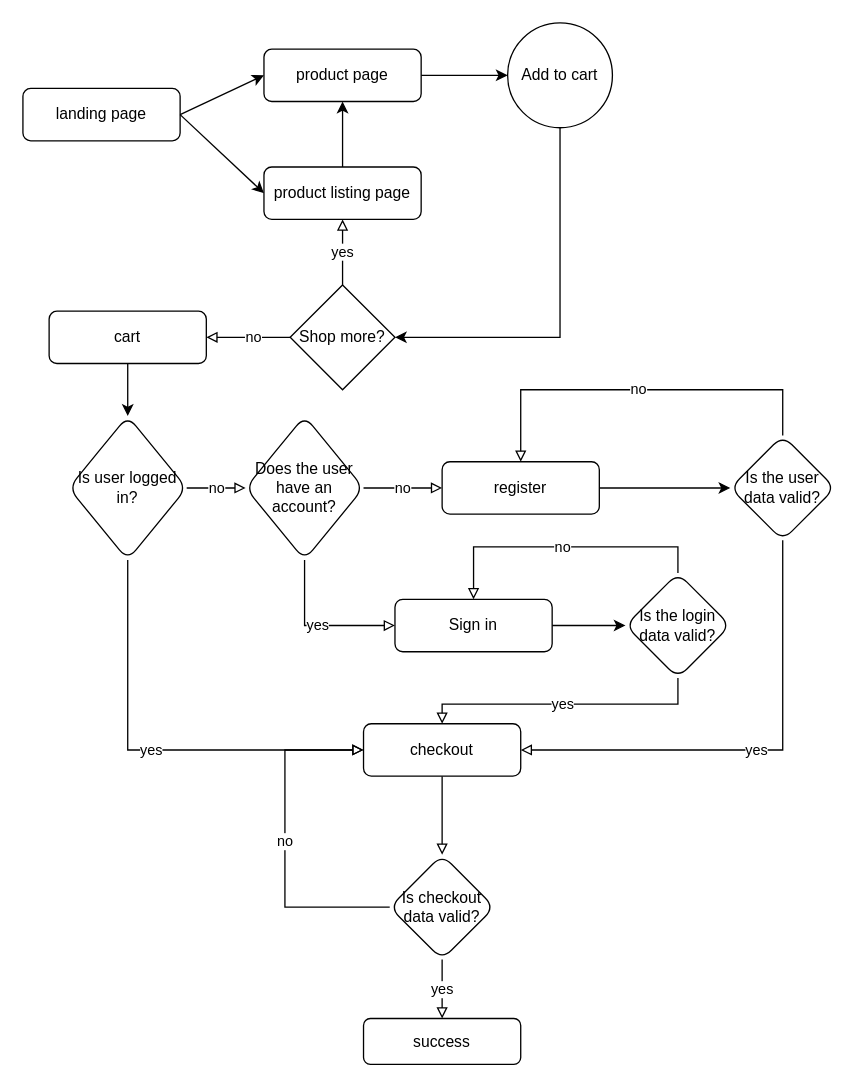
Before: Неозаглавена диаграма.drawio in ser-hub/fitmissive-docs, a draw.io diagram. Source tidied: cells renumbered, new cells numbered last; positions are measured from the earlier drawing's top-left corner, leaving out a move shared by most shapes. Both pictures are drawn from the tidied source at 131%, with x=0, y=0 at pixel (22, 22).
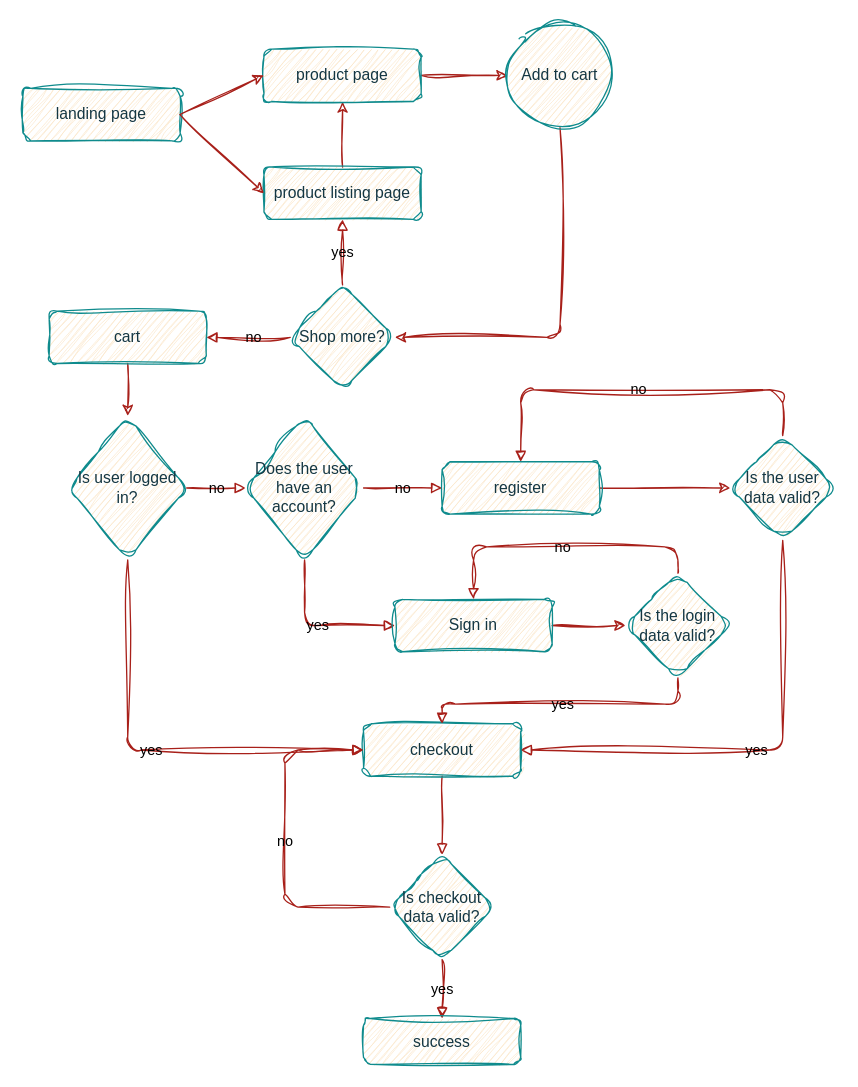
After the change.

Diff of the diagram source:
```diff
@@
-    <mxCell id="2" value="landing page" style="rounded=1;whiteSpace=wrap;html=1;fontSize=12;glass=0;strokeWidth=1;shadow=0;" parent="1" vertex="1">
+    <mxCell id="2" value="landing page" style="rounded=1;whiteSpace=wrap;html=1;fontSize=12;glass=0;strokeWidth=1;shadow=0;sketch=1;curveFitting=1;jiggle=2;labelBackgroundColor=none;fillColor=#FAE5C7;strokeColor=#0F8B8D;fontColor=#143642;" parent="1" vertex="1">
       <mxGeometry y="50" width="120" height="40" as="geometry" />
     </mxCell>
-    <mxCell id="3" style="edgeStyle=orthogonalEdgeStyle;rounded=0;jettySize=auto;html=1;" parent="1" edge="1" source="4" target="7">
+    <mxCell id="3" style="edgeStyle=orthogonalEdgeStyle;rounded=1;jettySize=auto;html=1;sketch=1;curveFitting=1;jiggle=2;labelBackgroundColor=none;strokeColor=#A8201A;fontColor=default;" parent="1" edge="1" source="4" target="7">
       <mxGeometry relative="1" as="geometry" />
     </mxCell>
-    <mxCell id="4" value="product listing page" style="rounded=1;whiteSpace=wrap;html=1;fontSize=12;glass=0;strokeWidth=1;shadow=0;" parent="1" vertex="1">
+    <mxCell id="4" value="product listing page" style="rounded=1;whiteSpace=wrap;html=1;fontSize=12;glass=0;strokeWidth=1;shadow=0;sketch=1;curveFitting=1;jiggle=2;labelBackgroundColor=none;fillColor=#FAE5C7;strokeColor=#0F8B8D;fontColor=#143642;" parent="1" vertex="1">
       <mxGeometry x="184" y="110" width="120" height="40" as="geometry" />
     </mxCell>
-    <mxCell id="5" style="endArrow=classic;html=1;rounded=0;exitX=1;exitY=0.5;exitDx=0;exitDy=0;entryX=0;entryY=0.5;entryDx=0;entryDy=0;" parent="1" edge="1" source="2" target="4">
+    <mxCell id="5" style="endArrow=classic;html=1;rounded=1;exitX=1;exitY=0.5;exitDx=0;exitDy=0;entryX=0;entryY=0.5;entryDx=0;entryDy=0;sketch=1;curveFitting=1;jiggle=2;labelBackgroundColor=none;strokeColor=#A8201A;fontColor=default;" parent="1" edge="1" source="2" target="4">
       <mxGeometry relative="1" as="geometry" />
     </mxCell>
-    <mxCell id="6" style="edgeStyle=orthogonalEdgeStyle;rounded=0;jettySize=auto;html=1;entryX=0;entryY=0.5;entryDx=0;entryDy=0;" parent="1" edge="1" source="7" target="10">
+    <mxCell id="6" style="edgeStyle=orthogonalEdgeStyle;rounded=1;jettySize=auto;html=1;entryX=0;entryY=0.5;entryDx=0;entryDy=0;sketch=1;curveFitting=1;jiggle=2;labelBackgroundColor=none;strokeColor=#A8201A;fontColor=default;" parent="1" edge="1" source="7" target="10">
       <mxGeometry relative="1" as="geometry" />
     </mxCell>
-    <mxCell id="7" value="product page" style="rounded=1;whiteSpace=wrap;html=1;" parent="1" vertex="1">
+    <mxCell id="7" value="product page" style="rounded=1;whiteSpace=wrap;html=1;sketch=1;curveFitting=1;jiggle=2;labelBackgroundColor=none;fillColor=#FAE5C7;strokeColor=#0F8B8D;fontColor=#143642;" parent="1" vertex="1">
       <mxGeometry x="184" y="20" width="120" height="40" as="geometry" />
     </mxCell>
-    <mxCell id="8" style="endArrow=classic;html=1;rounded=0;exitX=1;exitY=0.5;exitDx=0;exitDy=0;entryX=0;entryY=0.5;entryDx=0;entryDy=0;" parent="1" edge="1" source="2" target="7">
+    <mxCell id="8" style="endArrow=classic;html=1;rounded=1;exitX=1;exitY=0.5;exitDx=0;exitDy=0;entryX=0;entryY=0.5;entryDx=0;entryDy=0;sketch=1;curveFitting=1;jiggle=2;labelBackgroundColor=none;strokeColor=#A8201A;fontColor=default;" parent="1" edge="1" source="2" target="7">
       <mxGeometry relative="1" as="geometry" />
     </mxCell>
-    <mxCell id="9" style="edgeStyle=orthogonalEdgeStyle;rounded=0;jettySize=auto;html=1;" parent="1" edge="1" source="10" target="13">
+    <mxCell id="9" style="edgeStyle=orthogonalEdgeStyle;rounded=1;jettySize=auto;html=1;sketch=1;curveFitting=1;jiggle=2;labelBackgroundColor=none;strokeColor=#A8201A;fontColor=default;" parent="1" edge="1" source="10" target="13">
       <mxGeometry x="-0.14" y="10" relative="1" as="geometry">
         <Array as="points">
           <mxPoint x="410" y="240" />
         </Array>
       </mxGeometry>
     </mxCell>
-    <mxCell id="10" value="Add to cart" style="ellipse;whiteSpace=wrap;html=1;" parent="1" vertex="1">
+    <mxCell id="10" value="Add to cart" style="ellipse;whiteSpace=wrap;html=1;rounded=1;sketch=1;curveFitting=1;jiggle=2;labelBackgroundColor=none;fillColor=#FAE5C7;strokeColor=#0F8B8D;fontColor=#143642;" parent="1" vertex="1">
       <mxGeometry x="370" width="80" height="80" as="geometry" />
     </mxCell>
-    <mxCell id="11" value="no" style="edgeStyle=orthogonalEdgeStyle;rounded=0;jettySize=auto;html=1;endArrow=block;endFill=0;" parent="1" edge="1" source="13" target="15">
+    <mxCell id="11" value="no" style="edgeStyle=orthogonalEdgeStyle;rounded=1;jettySize=auto;html=1;endArrow=block;endFill=0;sketch=1;curveFitting=1;jiggle=2;labelBackgroundColor=none;strokeColor=#A8201A;fontColor=default;" parent="1" edge="1" source="13" target="15">
       <mxGeometry x="-0.11" relative="1" as="geometry" />
     </mxCell>
-    <mxCell id="12" value="yes" style="edgeStyle=orthogonalEdgeStyle;rounded=0;jettySize=auto;html=1;endArrow=block;endFill=0;" parent="1" edge="1" source="13" target="4">
+    <mxCell id="12" value="yes" style="edgeStyle=orthogonalEdgeStyle;rounded=1;jettySize=auto;html=1;endArrow=block;endFill=0;sketch=1;curveFitting=1;jiggle=2;labelBackgroundColor=none;strokeColor=#A8201A;fontColor=default;" parent="1" edge="1" source="13" target="4">
       <mxGeometry relative="1" as="geometry" />
     </mxCell>
-    <mxCell id="13" value="Shop more?" style="rhombus;whiteSpace=wrap;html=1;" parent="1" vertex="1">
+    <mxCell id="13" value="Shop more?" style="rhombus;whiteSpace=wrap;html=1;rounded=1;sketch=1;curveFitting=1;jiggle=2;labelBackgroundColor=none;fillColor=#FAE5C7;strokeColor=#0F8B8D;fontColor=#143642;" parent="1" vertex="1">
       <mxGeometry x="204" y="200" width="80" height="80" as="geometry" />
     </mxCell>
-    <mxCell id="14" style="edgeStyle=orthogonalEdgeStyle;rounded=0;jettySize=auto;html=1;endArrow=classic;endFill=1;" parent="1" edge="1" source="15" target="18">
+    <mxCell id="14" style="edgeStyle=orthogonalEdgeStyle;rounded=1;jettySize=auto;html=1;endArrow=classic;endFill=1;sketch=1;curveFitting=1;jiggle=2;labelBackgroundColor=none;strokeColor=#A8201A;fontColor=default;" parent="1" edge="1" source="15" target="18">
       <mxGeometry relative="1" as="geometry" />
     </mxCell>
-    <mxCell id="15" value="cart" style="rounded=1;whiteSpace=wrap;html=1;" parent="1" vertex="1">
+    <mxCell id="15" value="cart" style="rounded=1;whiteSpace=wrap;html=1;sketch=1;curveFitting=1;jiggle=2;labelBackgroundColor=none;fillColor=#FAE5C7;strokeColor=#0F8B8D;fontColor=#143642;" parent="1" vertex="1">
       <mxGeometry x="20" y="220" width="120" height="40" as="geometry" />
     </mxCell>
-    <mxCell id="16" value="yes" style="edgeStyle=orthogonalEdgeStyle;rounded=0;jettySize=auto;html=1;endArrow=block;endFill=0;entryX=0;entryY=0.5;entryDx=0;entryDy=0;" parent="1" edge="1" source="18" target="20">
+    <mxCell id="16" value="yes" style="edgeStyle=orthogonalEdgeStyle;rounded=1;jettySize=auto;html=1;endArrow=block;endFill=0;entryX=0;entryY=0.5;entryDx=0;entryDy=0;sketch=1;curveFitting=1;jiggle=2;labelBackgroundColor=none;strokeColor=#A8201A;fontColor=default;" parent="1" edge="1" source="18" target="20">
       <mxGeometry relative="1" as="geometry">
         <Array as="points">
           <mxPoint x="80" y="555" />
         </Array>
       </mxGeometry>
     </mxCell>
-    <mxCell id="17" value="no" style="edgeStyle=orthogonalEdgeStyle;rounded=0;jettySize=auto;html=1;endArrow=block;endFill=0;" parent="1" edge="1" source="18" target="23">
+    <mxCell id="17" value="no" style="edgeStyle=orthogonalEdgeStyle;rounded=1;jettySize=auto;html=1;endArrow=block;endFill=0;sketch=1;curveFitting=1;jiggle=2;labelBackgroundColor=none;strokeColor=#A8201A;fontColor=default;" parent="1" edge="1" source="18" target="23">
       <mxGeometry relative="1" as="geometry" />
     </mxCell>
-    <mxCell id="18" value="Is user logged in?" style="rhombus;whiteSpace=wrap;html=1;rounded=1;" parent="1" vertex="1">
+    <mxCell id="18" value="Is user logged in?" style="rhombus;whiteSpace=wrap;html=1;rounded=1;sketch=1;curveFitting=1;jiggle=2;labelBackgroundColor=none;fillColor=#FAE5C7;strokeColor=#0F8B8D;fontColor=#143642;" parent="1" vertex="1">
       <mxGeometry x="35" y="300" width="90" height="110" as="geometry" />
     </mxCell>
-    <mxCell id="19" style="edgeStyle=orthogonalEdgeStyle;rounded=0;jettySize=auto;html=1;endArrow=block;endFill=0;" parent="1" edge="1" source="20" target="35">
+    <mxCell id="19" style="edgeStyle=orthogonalEdgeStyle;rounded=1;jettySize=auto;html=1;endArrow=block;endFill=0;sketch=1;curveFitting=1;jiggle=2;labelBackgroundColor=none;strokeColor=#A8201A;fontColor=default;" parent="1" edge="1" source="20" target="35">
       <mxGeometry relative="1" as="geometry" />
     </mxCell>
-    <mxCell id="20" value="checkout" style="whiteSpace=wrap;html=1;rounded=1;" parent="1" vertex="1">
+    <mxCell id="20" value="checkout" style="whiteSpace=wrap;html=1;rounded=1;sketch=1;curveFitting=1;jiggle=2;labelBackgroundColor=none;fillColor=#FAE5C7;strokeColor=#0F8B8D;fontColor=#143642;" parent="1" vertex="1">
       <mxGeometry x="260" y="535" width="120" height="40" as="geometry" />
     </mxCell>
-    <mxCell id="21" value="yes" style="edgeStyle=orthogonalEdgeStyle;rounded=0;jettySize=auto;html=1;endArrow=block;endFill=0;entryX=0;entryY=0.5;entryDx=0;entryDy=0;" parent="1" edge="1" source="23" target="25">
+    <mxCell id="21" value="yes" style="edgeStyle=orthogonalEdgeStyle;rounded=1;jettySize=auto;html=1;endArrow=block;endFill=0;entryX=0;entryY=0.5;entryDx=0;entryDy=0;sketch=1;curveFitting=1;jiggle=2;labelBackgroundColor=none;strokeColor=#A8201A;fontColor=default;" parent="1" edge="1" source="23" target="25">
       <mxGeometry relative="1" as="geometry">
         <Array as="points">
           <mxPoint x="215" y="460" />
         </Array>
       </mxGeometry>
     </mxCell>
-    <mxCell id="22" value="no" style="edgeStyle=orthogonalEdgeStyle;rounded=0;jettySize=auto;html=1;endArrow=block;endFill=0;" parent="1" edge="1" source="23" target="27">
+    <mxCell id="22" value="no" style="edgeStyle=orthogonalEdgeStyle;rounded=1;jettySize=auto;html=1;endArrow=block;endFill=0;sketch=1;curveFitting=1;jiggle=2;labelBackgroundColor=none;strokeColor=#A8201A;fontColor=default;" parent="1" edge="1" source="23" target="27">
       <mxGeometry relative="1" as="geometry" />
     </mxCell>
-    <mxCell id="23" value="Does the user have an account?" style="rhombus;whiteSpace=wrap;html=1;rounded=1;" parent="1" vertex="1">
+    <mxCell id="23" value="Does the user have an account?" style="rhombus;whiteSpace=wrap;html=1;rounded=1;sketch=1;curveFitting=1;jiggle=2;labelBackgroundColor=none;fillColor=#FAE5C7;strokeColor=#0F8B8D;fontColor=#143642;" parent="1" vertex="1">
       <mxGeometry x="170" y="300" width="90" height="110" as="geometry" />
     </mxCell>
-    <mxCell id="24" style="edgeStyle=orthogonalEdgeStyle;rounded=0;jettySize=auto;html=1;endArrow=classic;endFill=1;" parent="1" edge="1" source="25" target="30">
+    <mxCell id="24" style="edgeStyle=orthogonalEdgeStyle;rounded=1;jettySize=auto;html=1;endArrow=classic;endFill=1;sketch=1;curveFitting=1;jiggle=2;labelBackgroundColor=none;strokeColor=#A8201A;fontColor=default;" parent="1" edge="1" source="25" target="30">
       <mxGeometry relative="1" as="geometry" />
     </mxCell>
-    <mxCell id="25" value="Sign in" style="rounded=1;whiteSpace=wrap;html=1;" parent="1" vertex="1">
+    <mxCell id="25" value="Sign in" style="rounded=1;whiteSpace=wrap;html=1;sketch=1;curveFitting=1;jiggle=2;labelBackgroundColor=none;fillColor=#FAE5C7;strokeColor=#0F8B8D;fontColor=#143642;" parent="1" vertex="1">
       <mxGeometry x="284" y="440" width="120" height="40" as="geometry" />
     </mxCell>
-    <mxCell id="26" style="edgeStyle=orthogonalEdgeStyle;rounded=0;jettySize=auto;html=1;endArrow=classic;endFill=1;" parent="1" edge="1" source="27" target="28">
+    <mxCell id="26" style="edgeStyle=orthogonalEdgeStyle;rounded=1;jettySize=auto;html=1;endArrow=classic;endFill=1;sketch=1;curveFitting=1;jiggle=2;labelBackgroundColor=none;strokeColor=#A8201A;fontColor=default;" parent="1" edge="1" source="27" target="28">
       <mxGeometry relative="1" as="geometry" />
     </mxCell>
-    <mxCell id="27" value="register" style="whiteSpace=wrap;html=1;rounded=1;" parent="1" vertex="1">
+    <mxCell id="27" value="register" style="whiteSpace=wrap;html=1;rounded=1;sketch=1;curveFitting=1;jiggle=2;labelBackgroundColor=none;fillColor=#FAE5C7;strokeColor=#0F8B8D;fontColor=#143642;" parent="1" vertex="1">
       <mxGeometry x="320" y="335" width="120" height="40" as="geometry" />
     </mxCell>
-    <mxCell id="28" value="Is the user data valid?" style="rhombus;whiteSpace=wrap;html=1;rounded=1;" parent="1" vertex="1">
+    <mxCell id="28" value="Is the user data valid?" style="rhombus;whiteSpace=wrap;html=1;rounded=1;sketch=1;curveFitting=1;jiggle=2;labelBackgroundColor=none;fillColor=#FAE5C7;strokeColor=#0F8B8D;fontColor=#143642;" parent="1" vertex="1">
       <mxGeometry x="540" y="315" width="80" height="80" as="geometry" />
     </mxCell>
-    <mxCell id="29" value="no" style="endArrow=block;html=1;rounded=0;exitX=0.5;exitY=0;exitDx=0;exitDy=0;entryX=0.5;entryY=0;entryDx=0;entryDy=0;endFill=0;" parent="1" edge="1" source="28" target="27">
+    <mxCell id="29" value="no" style="endArrow=block;html=1;rounded=1;exitX=0.5;exitY=0;exitDx=0;exitDy=0;entryX=0.5;entryY=0;entryDx=0;entryDy=0;endFill=0;sketch=1;curveFitting=1;jiggle=2;labelBackgroundColor=none;strokeColor=#A8201A;fontColor=default;" parent="1" edge="1" source="28" target="27">
       <mxGeometry relative="1" as="geometry">
         <Array as="points">
           <mxPoint x="580" y="280" />
           <mxPoint x="380" y="280" />
         </Array>
       </mxGeometry>
     </mxCell>
-    <mxCell id="30" value="Is the login data valid?" style="rhombus;whiteSpace=wrap;html=1;rounded=1;" parent="1" vertex="1">
+    <mxCell id="30" value="Is the login data valid?" style="rhombus;whiteSpace=wrap;html=1;rounded=1;sketch=1;curveFitting=1;jiggle=2;labelBackgroundColor=none;fillColor=#FAE5C7;strokeColor=#0F8B8D;fontColor=#143642;" parent="1" vertex="1">
       <mxGeometry x="460" y="420" width="80" height="80" as="geometry" />
     </mxCell>
-    <mxCell id="31" value="no" style="endArrow=block;html=1;rounded=0;exitX=0.5;exitY=0;exitDx=0;exitDy=0;entryX=0.5;entryY=0;entryDx=0;entryDy=0;endFill=0;" parent="1" edge="1" source="30" target="25">
+    <mxCell id="31" value="no" style="endArrow=block;html=1;rounded=1;exitX=0.5;exitY=0;exitDx=0;exitDy=0;entryX=0.5;entryY=0;entryDx=0;entryDy=0;endFill=0;sketch=1;curveFitting=1;jiggle=2;labelBackgroundColor=none;strokeColor=#A8201A;fontColor=default;" parent="1" edge="1" source="30" target="25">
       <mxGeometry relative="1" as="geometry">
         <Array as="points">
           <mxPoint x="500" y="400" />
           <mxPoint x="344" y="400" />
         </Array>
       </mxGeometry>
     </mxCell>
-    <mxCell id="32" value="yes" style="endArrow=block;html=1;rounded=0;exitX=0.5;exitY=1;exitDx=0;exitDy=0;entryX=0.5;entryY=0;entryDx=0;entryDy=0;endFill=0;" parent="1" edge="1" source="30" target="20">
+    <mxCell id="32" value="yes" style="endArrow=block;html=1;rounded=1;exitX=0.5;exitY=1;exitDx=0;exitDy=0;entryX=0.5;entryY=0;entryDx=0;entryDy=0;endFill=0;sketch=1;curveFitting=1;jiggle=2;labelBackgroundColor=none;strokeColor=#A8201A;fontColor=default;" parent="1" edge="1" source="30" target="20">
       <mxGeometry relative="1" as="geometry">
         <Array as="points">
           <mxPoint x="500" y="520" />
           <mxPoint x="320" y="520" />
         </Array>
       </mxGeometry>
     </mxCell>
-    <mxCell id="33" value="yes" style="endArrow=block;html=1;rounded=0;exitX=0.5;exitY=1;exitDx=0;exitDy=0;entryX=1;entryY=0.5;entryDx=0;entryDy=0;endFill=0;" parent="1" edge="1" source="28" target="20">
+    <mxCell id="33" value="yes" style="endArrow=block;html=1;rounded=1;exitX=0.5;exitY=1;exitDx=0;exitDy=0;entryX=1;entryY=0.5;entryDx=0;entryDy=0;endFill=0;sketch=1;curveFitting=1;jiggle=2;labelBackgroundColor=none;strokeColor=#A8201A;fontColor=default;" parent="1" edge="1" source="28" target="20">
       <mxGeometry relative="1" as="geometry">
         <Array as="points">
           <mxPoint x="580" y="555" />
         </Array>
       </mxGeometry>
     </mxCell>
-    <mxCell id="34" value="yes" style="edgeStyle=orthogonalEdgeStyle;rounded=0;jettySize=auto;html=1;endArrow=block;endFill=0;" parent="1" edge="1" source="35" target="36">
+    <mxCell id="34" value="yes" style="edgeStyle=orthogonalEdgeStyle;rounded=1;jettySize=auto;html=1;endArrow=block;endFill=0;sketch=1;curveFitting=1;jiggle=2;labelBackgroundColor=none;strokeColor=#A8201A;fontColor=default;" parent="1" edge="1" source="35" target="36">
       <mxGeometry relative="1" as="geometry" />
     </mxCell>
-    <mxCell id="35" value="Is checkout data valid?" style="rhombus;whiteSpace=wrap;html=1;rounded=1;" parent="1" vertex="1">
+    <mxCell id="35" value="Is checkout data valid?" style="rhombus;whiteSpace=wrap;html=1;rounded=1;sketch=1;curveFitting=1;jiggle=2;labelBackgroundColor=none;fillColor=#FAE5C7;strokeColor=#0F8B8D;fontColor=#143642;" parent="1" vertex="1">
       <mxGeometry x="280" y="635" width="80" height="80" as="geometry" />
     </mxCell>
-    <mxCell id="36" value="success" style="rounded=1;whiteSpace=wrap;html=1;" parent="1" vertex="1">
+    <mxCell id="36" value="success" style="rounded=1;whiteSpace=wrap;html=1;sketch=1;curveFitting=1;jiggle=2;labelBackgroundColor=none;fillColor=#FAE5C7;strokeColor=#0F8B8D;fontColor=#143642;" parent="1" vertex="1">
       <mxGeometry x="260" y="760" width="120" height="35" as="geometry" />
     </mxCell>
-    <mxCell id="37" value="no" style="endArrow=block;html=1;rounded=0;exitX=0;exitY=0.5;exitDx=0;exitDy=0;endFill=0;" parent="1" edge="1" source="35" target="20">
+    <mxCell id="37" value="no" style="endArrow=block;html=1;rounded=1;exitX=0;exitY=0.5;exitDx=0;exitDy=0;endFill=0;sketch=1;curveFitting=1;jiggle=2;labelBackgroundColor=none;strokeColor=#A8201A;fontColor=default;" parent="1" edge="1" source="35" target="20">
       <mxGeometry relative="1" as="geometry">
         <Array as="points">
           <mxPoint x="200" y="675" />
           <mxPoint x="200" y="555" />
         </Array>
       </mxGeometry>
     </mxCell>
```
